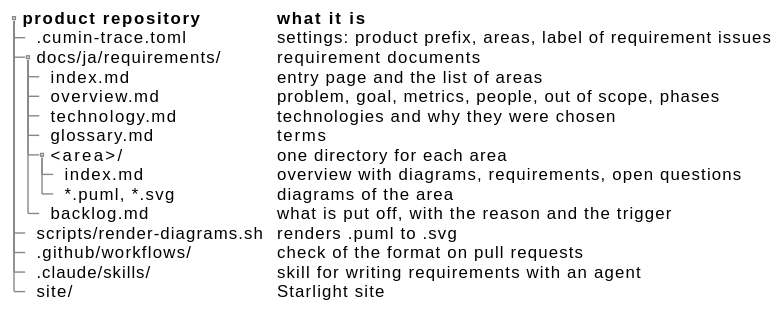
Above: docs/ja/requirements/templates/templates-files.svg in cloveclovedev/cumin-trace (PlantUML), before the change.
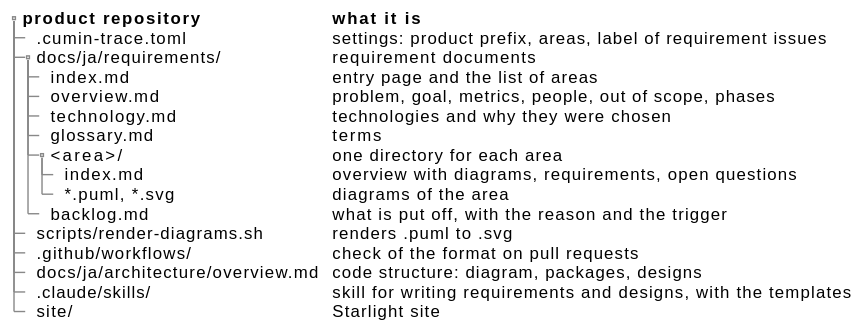
Later version of the same file.

Diff of the diagram source:
```diff
@@ -15,7 +15,8 @@
  +++ backlog.md | what is put off, with the reason and the trigger
  ++ scripts/render-diagrams.sh | renders .puml to .svg
  ++ .github/workflows/ | check of the format on pull requests
- ++ .claude/skills/ | skill for writing requirements with an agent
+ ++ docs/ja/architecture/overview.md | code structure: diagram, packages, designs
+ ++ .claude/skills/ | skill for writing requirements and designs, with the templates
  ++ site/ | Starlight site
 }
 }
```
